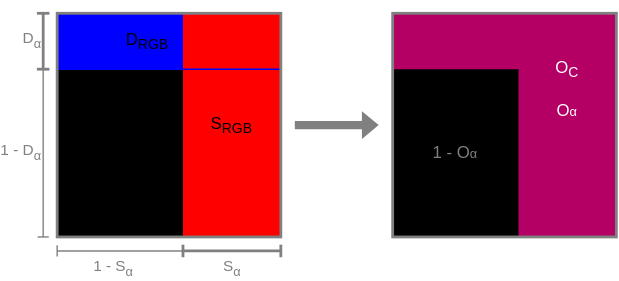
Before: wiki/blendover.svg, a diagram exported from draw.io (YoanWithY/kayo). Source tidied: cells renumbered, new cells last; positions are measured from the earlier drawing's top-left corner, leaving out a move shared by most shapes.
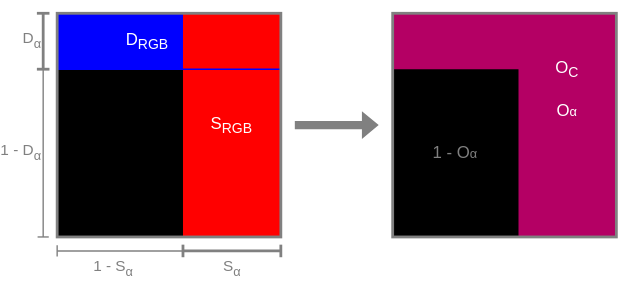
After the change.

Diff of the diagram source:
```diff
@@ -16,10 +16,10 @@
         <mxPoint x="-1" y="-5" as="offset" />
       </mxGeometry>
     </mxCell>
-    <mxCell id="5" value="D&lt;sub&gt;RGB&amp;nbsp; &amp;nbsp; &amp;nbsp; &amp;nbsp; &amp;nbsp; &amp;nbsp;&lt;/sub&gt;" style="rounded=0;whiteSpace=wrap;html=1;fillColor=#0000FF;strokeColor=none;fillStyle=auto;" parent="1" vertex="1">
+    <mxCell id="5" value="D&lt;sub&gt;RGB&amp;nbsp; &amp;nbsp; &amp;nbsp; &amp;nbsp; &amp;nbsp; &amp;nbsp;&lt;/sub&gt;" style="rounded=0;whiteSpace=wrap;html=1;fillColor=#0000FF;strokeColor=none;fillStyle=auto;fontColor=#FFFFFF;" parent="1" vertex="1">
       <mxGeometry x="10" width="160" height="40" as="geometry" />
     </mxCell>
-    <mxCell id="6" value="S&lt;sub&gt;RGB&lt;/sub&gt;" style="rounded=0;whiteSpace=wrap;html=1;fillColor=#FF0000;strokeColor=none;fillStyle=auto;" parent="1" vertex="1">
+    <mxCell id="6" value="S&lt;sub&gt;RGB&lt;/sub&gt;" style="rounded=0;whiteSpace=wrap;html=1;fillColor=#FF0000;strokeColor=none;fillStyle=auto;fontColor=#FFFFFF;" parent="1" vertex="1">
       <mxGeometry x="100" width="70" height="160" as="geometry" />
     </mxCell>
     <mxCell id="7" style="endArrow=baseDash;html=1;startArrow=baseDash;startFill=0;endFill=0;jumpSize=6;strokeColor=#808080;strokeWidth=2;" parent="1" edge="1">
```
